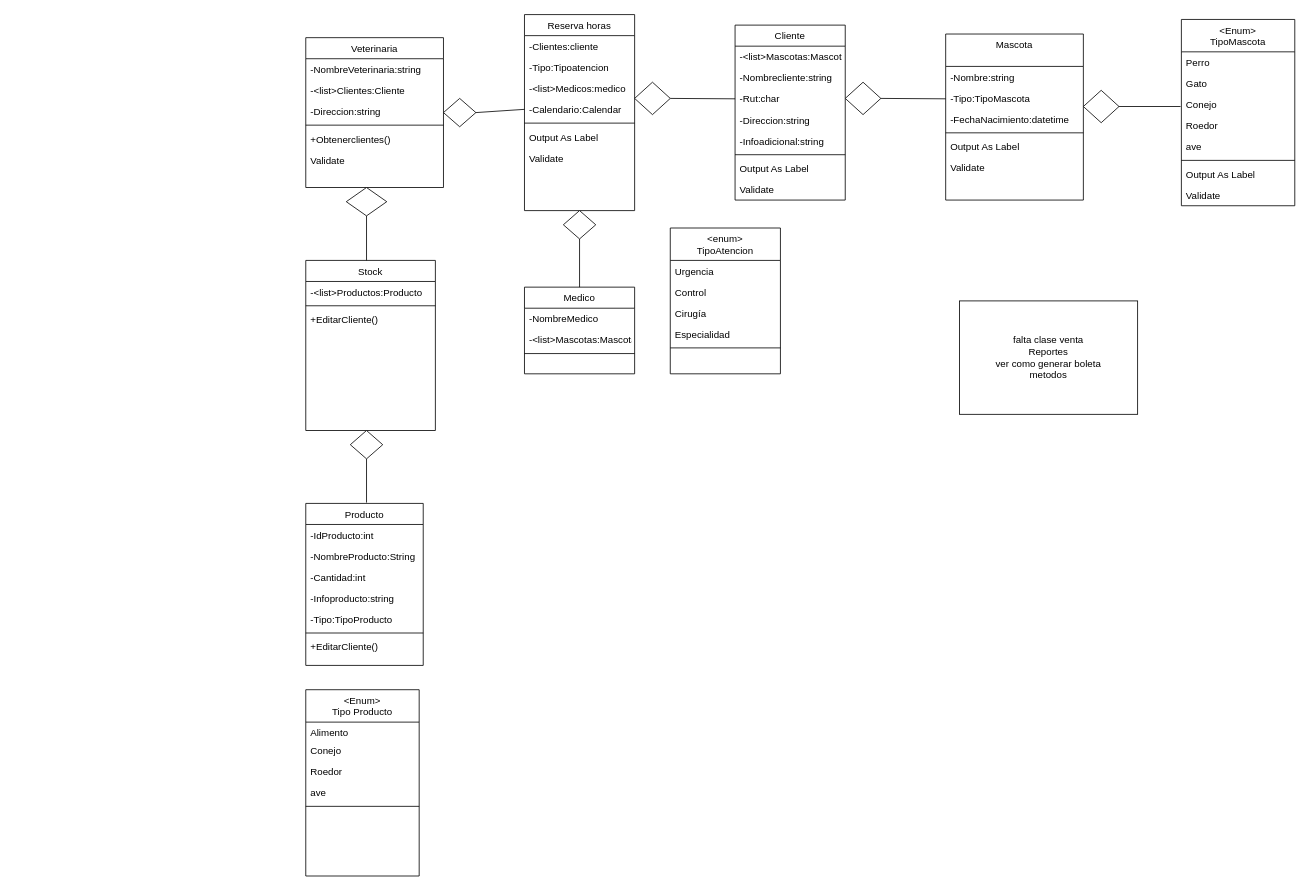
Above: Untitled Diagram.drawio in JoseFredes/vetlover (draw.io), before the change. Source tidied: cells renumbered, new cells numbered last; positions are measured from the earlier drawing's top-left corner, leaving out a move shared by most shapes. Both pictures are drawn from the tidied source at 81%, with x=0, y=0 at pixel (305, 14).
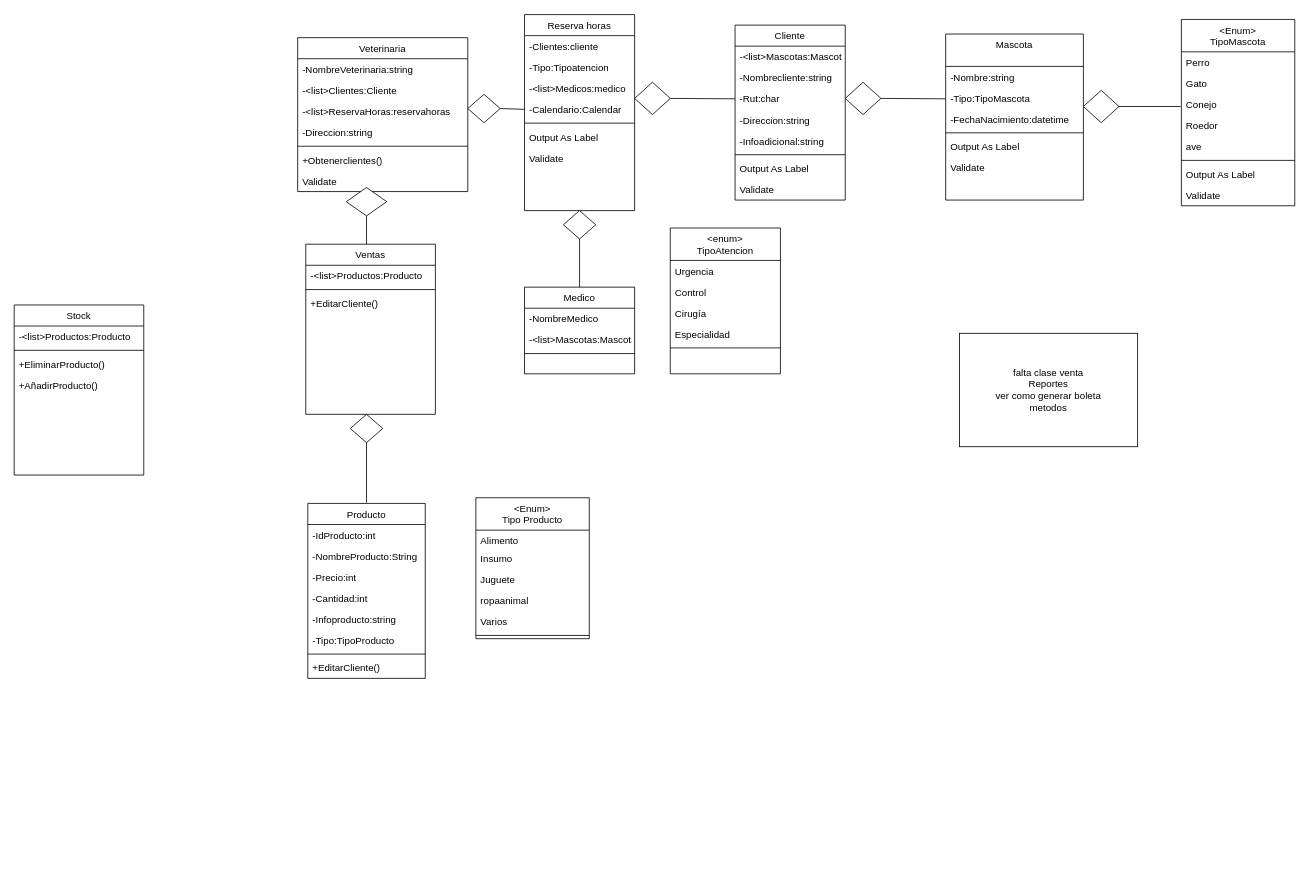
The same page after the edit.

The edit, as a diff of the source:
```diff
@@
     <mxCell id="2" value="Stock" style="swimlane;fontStyle=0;align=center;verticalAlign=top;horizontal=1;startSize=26;rounded=0;shadow=0;strokeWidth=1;" parent="1" vertex="1">
-      <mxGeometry y="304" width="160" height="210" as="geometry" />
+      <mxGeometry x="-360" y="359" width="160" height="210" as="geometry" />
     </mxCell>
@@
-    <mxCell id="5" value="+EditarCliente()" style="text;align=left;verticalAlign=top;spacingLeft=4;spacingRight=4;overflow=hidden;" parent="2" vertex="1">
+    <mxCell id="5" value="+EliminarProducto()" style="text;align=left;verticalAlign=top;spacingLeft=4;spacingRight=4;overflow=hidden;" parent="2" vertex="1">
       <mxGeometry y="60" width="160" height="26" as="geometry" />
     </mxCell>
+    <mxCell id="85" value="+AñadirProducto()" style="text;align=left;verticalAlign=top;spacingLeft=4;spacingRight=4;overflow=hidden;" parent="2" vertex="1">
+      <mxGeometry y="86" width="160" height="26" as="geometry" />
+    </mxCell>
@@
     <mxCell id="15" value="Veterinaria" style="swimlane;fontStyle=0;align=center;verticalAlign=top;horizontal=1;startSize=26;rounded=0;shadow=0;strokeWidth=1;" parent="1" vertex="1">
-      <mxGeometry y="29" width="170" height="185" as="geometry" />
+      <mxGeometry x="-10" y="29" width="210" height="190" as="geometry" />
     </mxCell>
     <mxCell id="16" value="-NombreVeterinaria:string" style="text;align=left;verticalAlign=top;spacingLeft=4;spacingRight=4;overflow=hidden;" parent="15" vertex="1">
-      <mxGeometry y="26" width="170" height="26" as="geometry" />
+      <mxGeometry y="26" width="210" height="26" as="geometry" />
     </mxCell>
     <mxCell id="17" value="-&lt;list&gt;Clientes:Cliente" style="text;align=left;verticalAlign=top;spacingLeft=4;spacingRight=4;overflow=hidden;" parent="15" vertex="1">
-      <mxGeometry y="52" width="170" height="26" as="geometry" />
+      <mxGeometry y="52" width="210" height="26" as="geometry" />
     </mxCell>
+    <mxCell id="86" value="-&lt;list&gt;ReservaHoras:reservahoras" style="text;align=left;verticalAlign=top;spacingLeft=4;spacingRight=4;overflow=hidden;" parent="15" vertex="1">
+      <mxGeometry y="78" width="210" height="26" as="geometry" />
+    </mxCell>
     <mxCell id="18" value="-Direccion:string" style="text;align=left;verticalAlign=top;spacingLeft=4;spacingRight=4;overflow=hidden;rounded=0;shadow=0;html=0;" parent="15" vertex="1">
-      <mxGeometry y="78" width="170" height="26" as="geometry" />
+      <mxGeometry y="104" width="210" height="26" as="geometry" />
     </mxCell>
     <mxCell id="19" style="line;html=1;strokeWidth=1;align=left;verticalAlign=middle;spacingTop=-1;spacingLeft=3;spacingRight=3;labelPosition=right;" parent="15" vertex="1">
-      <mxGeometry y="104" width="170" height="8" as="geometry" />
+      <mxGeometry y="130" width="210" height="8" as="geometry" />
     </mxCell>
     <mxCell id="20" value="+Obtenerclientes()" style="text;align=left;verticalAlign=top;spacingLeft=4;spacingRight=4;overflow=hidden;" parent="15" vertex="1">
-      <mxGeometry y="112" width="170" height="26" as="geometry" />
+      <mxGeometry y="138" width="210" height="26" as="geometry" />
     </mxCell>
     <mxCell id="21" value="Validate" style="text;align=left;verticalAlign=top;spacingLeft=4;spacingRight=4;overflow=hidden;" parent="15" vertex="1">
-      <mxGeometry y="138" width="170" height="26" as="geometry" />
+      <mxGeometry y="164" width="210" height="26" as="geometry" />
     </mxCell>
@@
     <mxCell id="40" value="Producto" style="swimlane;fontStyle=0;align=center;verticalAlign=top;horizontal=1;startSize=26;rounded=0;shadow=0;strokeWidth=1;" parent="1" vertex="1">
-      <mxGeometry y="604" width="145" height="200" as="geometry" />
+      <mxGeometry x="2.5" y="604" width="145" height="216" as="geometry" />
     </mxCell>
@@
+    <mxCell id="87" value="-Precio:int" style="text;align=left;verticalAlign=top;spacingLeft=4;spacingRight=4;overflow=hidden;" parent="40" vertex="1">
+      <mxGeometry y="78" width="145" height="26" as="geometry" />
+    </mxCell>
     <mxCell id="43" value="-Cantidad:int" style="text;align=left;verticalAlign=top;spacingLeft=4;spacingRight=4;overflow=hidden;" parent="40" vertex="1">
-      <mxGeometry y="78" width="145" height="26" as="geometry" />
+      <mxGeometry y="104" width="145" height="26" as="geometry" />
     </mxCell>
     <mxCell id="44" value="-Infoproducto:string" style="text;align=left;verticalAlign=top;spacingLeft=4;spacingRight=4;overflow=hidden;" parent="40" vertex="1">
-      <mxGeometry y="104" width="145" height="26" as="geometry" />
+      <mxGeometry y="130" width="145" height="26" as="geometry" />
     </mxCell>
     <mxCell id="45" value="-Tipo:TipoProducto" style="text;align=left;verticalAlign=top;spacingLeft=4;spacingRight=4;overflow=hidden;" parent="40" vertex="1">
-      <mxGeometry y="130" width="145" height="26" as="geometry" />
+      <mxGeometry y="156" width="145" height="26" as="geometry" />
     </mxCell>
     <mxCell id="46" style="line;html=1;strokeWidth=1;align=left;verticalAlign=middle;spacingTop=-1;spacingLeft=3;spacingRight=3;labelPosition=right;" parent="40" vertex="1">
-      <mxGeometry y="156" width="145" height="8" as="geometry" />
+      <mxGeometry y="182" width="145" height="8" as="geometry" />
     </mxCell>
     <mxCell id="47" value="+EditarCliente()" style="text;align=left;verticalAlign=top;spacingLeft=4;spacingRight=4;overflow=hidden;" parent="40" vertex="1">
-      <mxGeometry y="164" width="145" height="26" as="geometry" />
+      <mxGeometry y="190" width="145" height="26" as="geometry" />
     </mxCell>
     <mxCell id="48" style="rhombus;whiteSpace=wrap;html=1;" parent="1" vertex="1">
-      <mxGeometry x="170" y="104" width="40" height="35" as="geometry" />
+      <mxGeometry x="200" y="99" width="40" height="35" as="geometry" />
     </mxCell>
@@
     <mxCell id="50" style="rhombus;whiteSpace=wrap;html=1;" parent="1" vertex="1">
-      <mxGeometry x="55" y="514" width="40" height="35" as="geometry" />
+      <mxGeometry x="55" y="494" width="40" height="35" as="geometry" />
     </mxCell>
@@
     <mxCell id="52" value="&lt;Enum&gt;&#10;Tipo Producto" style="swimlane;fontStyle=0;align=center;verticalAlign=top;horizontal=1;startSize=40;rounded=0;shadow=0;strokeWidth=1;" parent="1" vertex="1">
-      <mxGeometry y="834" width="140" height="230" as="geometry" />
+      <mxGeometry x="210" y="597" width="140" height="174" as="geometry" />
     </mxCell>
@@
-    <mxCell id="54" value="Conejo" style="text;align=left;verticalAlign=top;spacingLeft=4;spacingRight=4;overflow=hidden;" parent="52" vertex="1">
+    <mxCell id="54" value="Insumo" style="text;align=left;verticalAlign=top;spacingLeft=4;spacingRight=4;overflow=hidden;" parent="52" vertex="1">
       <mxGeometry y="62" width="140" height="26" as="geometry" />
     </mxCell>
-    <mxCell id="55" value="Roedor" style="text;align=left;verticalAlign=top;spacingLeft=4;spacingRight=4;overflow=hidden;" parent="52" vertex="1">
+    <mxCell id="55" value="Juguete" style="text;align=left;verticalAlign=top;spacingLeft=4;spacingRight=4;overflow=hidden;" parent="52" vertex="1">
       <mxGeometry y="88" width="140" height="26" as="geometry" />
     </mxCell>
-    <mxCell id="56" value="ave" style="text;align=left;verticalAlign=top;spacingLeft=4;spacingRight=4;overflow=hidden;" parent="52" vertex="1">
+    <mxCell id="56" value="ropaanimal&#10;" style="text;align=left;verticalAlign=top;spacingLeft=4;spacingRight=4;overflow=hidden;" parent="52" vertex="1">
       <mxGeometry y="114" width="140" height="26" as="geometry" />
     </mxCell>
+    <mxCell id="88" value="Varios" style="text;align=left;verticalAlign=top;spacingLeft=4;spacingRight=4;overflow=hidden;" parent="52" vertex="1">
+      <mxGeometry y="140" width="140" height="26" as="geometry" />
+    </mxCell>
     <mxCell id="57" style="line;html=1;strokeWidth=1;align=left;verticalAlign=middle;spacingTop=-1;spacingLeft=3;spacingRight=3;labelPosition=right;" parent="52" vertex="1">
-      <mxGeometry y="140" width="140" height="8" as="geometry" />
+      <mxGeometry y="166" width="140" height="8" as="geometry" />
     </mxCell>
@@
     <mxCell id="84" value="&lt;div&gt;falta clase venta&lt;/div&gt;&lt;div&gt;Reportes&lt;/div&gt;&lt;div&gt;ver como generar boleta &lt;br&gt;&lt;/div&gt;&lt;div&gt;metodos&lt;br&gt;&lt;/div&gt;" style="rounded=0;whiteSpace=wrap;html=1;" parent="1" vertex="1">
-      <mxGeometry x="807" y="354" width="220" height="140" as="geometry" />
+      <mxGeometry x="807" y="394" width="220" height="140" as="geometry" />
     </mxCell>
+    <mxCell id="89" value="Ventas" style="swimlane;fontStyle=0;align=center;verticalAlign=top;horizontal=1;startSize=26;rounded=0;shadow=0;strokeWidth=1;" parent="1" vertex="1">
+      <mxGeometry y="284" width="160" height="210" as="geometry" />
+    </mxCell>
+    <mxCell id="90" value="-&lt;list&gt;Productos:Producto" style="text;align=left;verticalAlign=top;spacingLeft=4;spacingRight=4;overflow=hidden;" parent="89" vertex="1">
+      <mxGeometry y="26" width="160" height="26" as="geometry" />
+    </mxCell>
+    <mxCell id="91" style="line;html=1;strokeWidth=1;align=left;verticalAlign=middle;spacingTop=-1;spacingLeft=3;spacingRight=3;labelPosition=right;" parent="89" vertex="1">
+      <mxGeometry y="52" width="160" height="8" as="geometry" />
+    </mxCell>
+    <mxCell id="92" value="+EditarCliente()" style="text;align=left;verticalAlign=top;spacingLeft=4;spacingRight=4;overflow=hidden;" parent="89" vertex="1">
+      <mxGeometry y="60" width="160" height="26" as="geometry" />
+    </mxCell>
```
